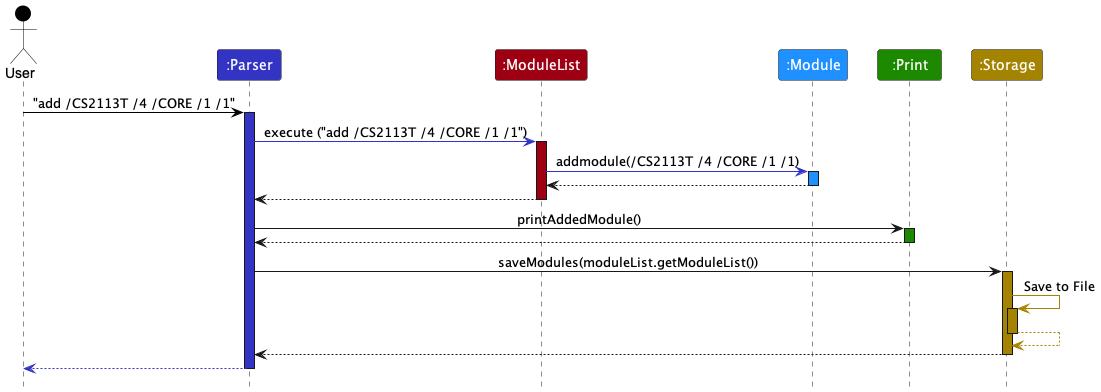
The PlantUML diagram docs/diagrams/Interaction.png in saintzaw/tp, before a commit. Its diagram source:
```plantuml
@startuml
!include style.puml

skinparam sequence {

ParticipantBackgroundColor DodgerBlue
LifeLineBackgroundColor DodgerBlue
}

Actor User as user USER_COLOR
Participant ":Parser" as parser LOGIC_COLOR
Participant ":ModuleList" as modulelist MODEL_COLOR
Participant ":Module" as module
Participant ":Print" as print UI_COLOR
Participant ":Storage" as storage STORAGE_COLOR


user -[USER_COLOR]> parser : "add /CS2113T /4 /CORE /1 /1"
activate parser LOGIC_COLOR

parser -[LOGIC_COLOR]> modulelist : execute ("add /CS2113T /4 /CORE /1 /1")
activate modulelist MODEL_COLOR

modulelist -[LOGIC_COLOR]> module : addmodule(/CS2113T /4 /CORE /1 /1)
activate module


module --> modulelist :
deactivate module

modulelist --> parser :
deactivate modulelist

parser -> print : printAddedModule()
activate print UI_COLOR

print --> parser :
deactivate print

parser -> storage : saveModules(moduleList.getModuleList())
activate storage STORAGE_COLOR

storage -[STORAGE_COLOR]> storage : Save to File
activate storage STORAGE_COLOR

storage -[STORAGE_COLOR]-> storage
deactivate storage

storage --> parser
deactivate storage

parser--[LOGIC_COLOR]> user
deactivate parser
@enduml
```
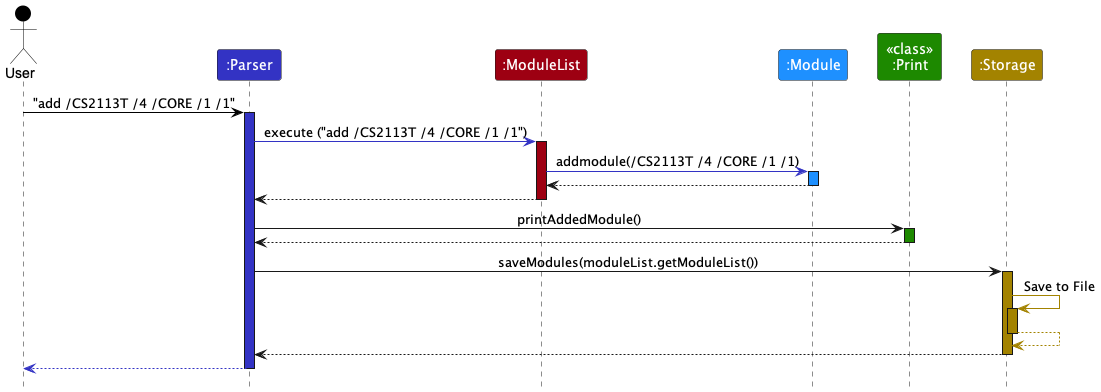
Above is the later version.

Commit message:
anthea- manPage bugs (updated)

The edit, as a diff of the source:
```diff
@@ -11,7 +11,7 @@
 Participant ":Parser" as parser LOGIC_COLOR
 Participant ":ModuleList" as modulelist MODEL_COLOR
 Participant ":Module" as module
-Participant ":Print" as print UI_COLOR
+Participant "<<class>>\n:Print" as print UI_COLOR
 Participant ":Storage" as storage STORAGE_COLOR
 
 
```
